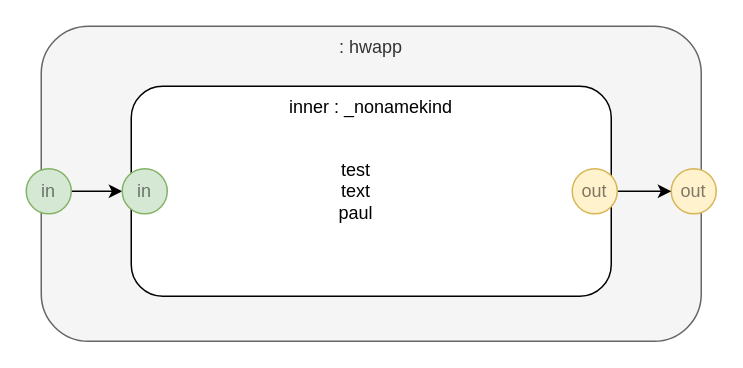
Above: page "hwapp" (1 of 3) of hello.drawio in guitarvydas/diagrams-as-syntax (draw.io), before the change. Source tidied: cells renumbered, new cells numbered last; positions are measured from the earlier drawing's top-left corner, leaving out a move shared by most shapes. Both pictures are drawn from the tidied source at 150%, with x=0, y=0 at pixel (26, 26).
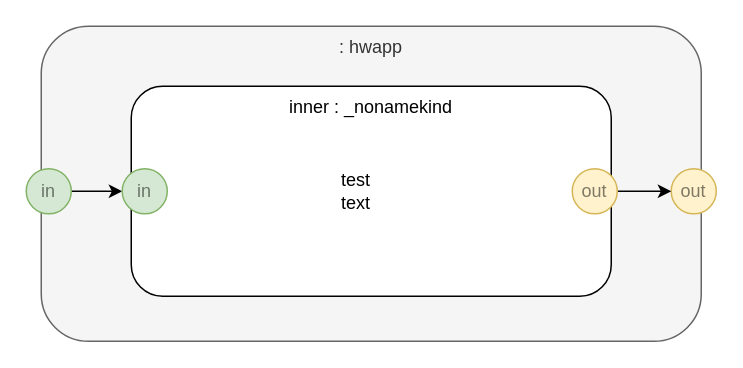
Above is the later version.

Diff of the diagram source:
```diff
@@
 <mxGraphModel>
   <root>
     <mxCell id="0" />
     <mxCell id="1" parent="0" />
     <mxCell id="2" value=": hwapp" style="rounded=1;whiteSpace=wrap;html=1;verticalAlign=top;fillColor=#f5f5f5;strokeColor=#666666;fontColor=#333333;" parent="1" vertex="1">
       <mxGeometry x="10" width="440" height="210" as="geometry" />
     </mxCell>
     <mxCell id="3" value="inner : _nonamekind" style="rounded=1;whiteSpace=wrap;html=1;verticalAlign=top;" parent="1" vertex="1">
       <mxGeometry x="70" y="40" width="320" height="140" as="geometry" />
     </mxCell>
     <mxCell id="4" value="out" style="ellipse;whiteSpace=wrap;html=1;fillColor=#fff2cc;align=center;strokeColor=#d6b656;textOpacity=50;" parent="1" vertex="1">
       <mxGeometry x="430" y="95" width="30" height="30" as="geometry" />
     </mxCell>
     <mxCell id="5" style="edgeStyle=orthogonalEdgeStyle;rounded=0;jettySize=auto;html=1;exitX=1;exitY=0.5;exitDx=0;exitDy=0;entryX=0;entryY=0.5;entryDx=0;entryDy=0;" parent="1" edge="1" source="6" target="7">
       <mxGeometry relative="1" as="geometry" />
     </mxCell>
     <mxCell id="6" value="in" style="ellipse;whiteSpace=wrap;html=1;fillColor=#d5e8d4;align=center;strokeColor=#82b366;textOpacity=50;" parent="1" vertex="1">
       <mxGeometry y="95" width="30" height="30" as="geometry" />
     </mxCell>
     <mxCell id="7" value="in" style="ellipse;whiteSpace=wrap;html=1;fillColor=#d5e8d4;align=center;strokeColor=#82b366;textOpacity=50;" parent="1" vertex="1">
       <mxGeometry x="64" y="95" width="30" height="30" as="geometry" />
     </mxCell>
     <mxCell id="8" style="edgeStyle=orthogonalEdgeStyle;rounded=0;jettySize=auto;html=1;exitX=1;exitY=0.5;exitDx=0;exitDy=0;" parent="1" edge="1" source="9" target="4">
       <mxGeometry relative="1" as="geometry" />
     </mxCell>
     <mxCell id="9" value="out" style="ellipse;whiteSpace=wrap;html=1;fillColor=#fff2cc;align=center;strokeColor=#d6b656;textOpacity=50;" parent="1" vertex="1">
       <mxGeometry x="364" y="95" width="30" height="30" as="geometry" />
     </mxCell>
-    <mxCell id="10" value="test text paul" style="text;html=1;strokeColor=none;fillColor=none;align=center;verticalAlign=middle;whiteSpace=wrap;rounded=0;" parent="1" vertex="1">
+    <mxCell id="10" value="test text" style="text;html=1;strokeColor=none;fillColor=none;align=center;verticalAlign=middle;whiteSpace=wrap;rounded=0;" parent="1" vertex="1">
       <mxGeometry x="200" y="100" width="40" height="20" as="geometry" />
     </mxCell>
   </root>
 </mxGraphModel>
```
